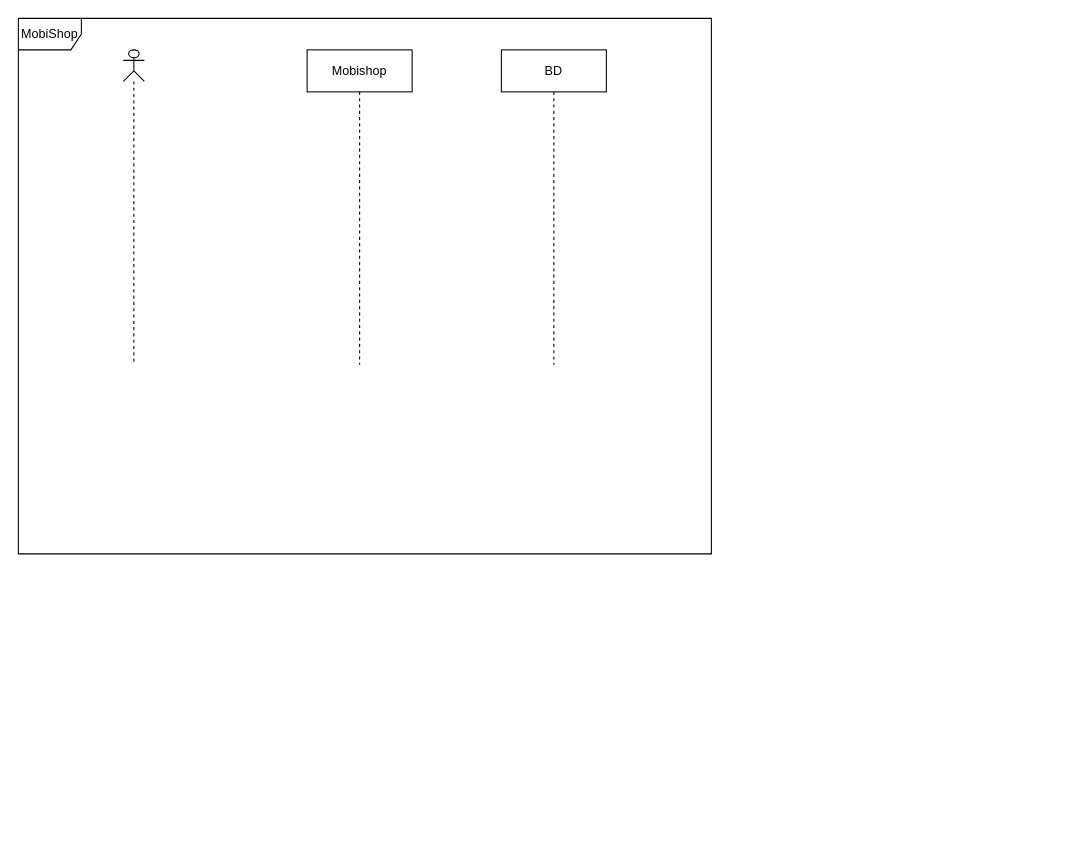
Before: UML/sequence.drawio in yassineghorbal/PFR, a draw.io diagram. Source tidied: cells renumbered, new cells numbered last; positions are measured from the earlier drawing's top-left corner, leaving out a move shared by most shapes. Both pictures are drawn from the tidied source at 105%, with x=0, y=0 at pixel (18, 18).
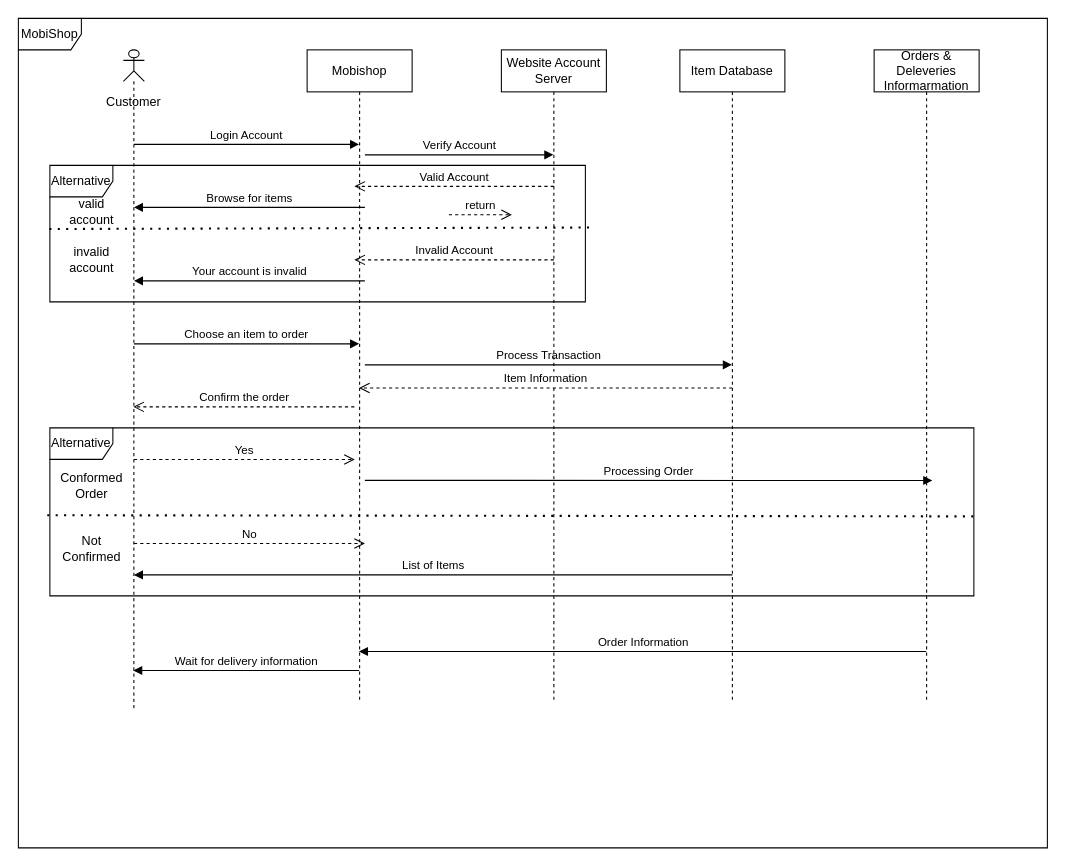
The same page after the edit.

Commit message:
added sequence diagram

Diff of the diagram source:
```diff
@@
     <mxCell id="2" value="MobiShop" style="shape=umlFrame;whiteSpace=wrap;html=1;" parent="1" vertex="1">
-      <mxGeometry width="660" height="510" as="geometry" />
+      <mxGeometry width="980" height="790" as="geometry" />
     </mxCell>
-    <mxCell id="3" style="shape=umlLifeline;participant=umlActor;perimeter=lifelinePerimeter;whiteSpace=wrap;html=1;verticalAlign=top;spacingTop=36;outlineConnect=0;size=30;" parent="1" vertex="1">
-      <mxGeometry x="100" y="30" width="20" height="300" as="geometry" />
+    <mxCell id="3" value="Customer" style="shape=umlLifeline;participant=umlActor;perimeter=lifelinePerimeter;whiteSpace=wrap;html=1;verticalAlign=top;spacingTop=36;outlineConnect=0;size=30;" parent="1" vertex="1">
+      <mxGeometry x="100" y="30" width="20" height="630" as="geometry" />
     </mxCell>
+    <mxCell id="6" value="Login Account" style="html=1;verticalAlign=bottom;endArrow=block;" parent="3" edge="1" target="4">
+      <mxGeometry relative="1" as="geometry">
+        <mxPoint x="10" y="90" as="sourcePoint" />
+      </mxGeometry>
+    </mxCell>
+    <mxCell id="7" value="Choose an item to order" style="html=1;verticalAlign=bottom;endArrow=block;" parent="3" edge="1" target="4">
+      <mxGeometry relative="1" as="geometry">
+        <mxPoint x="10" y="280" as="sourcePoint" />
+      </mxGeometry>
+    </mxCell>
     <mxCell id="4" value="Mobishop" style="shape=umlLifeline;perimeter=lifelinePerimeter;whiteSpace=wrap;html=1;outlineConnect=0;" parent="1" vertex="1">
-      <mxGeometry x="275" y="30" width="100" height="300" as="geometry" />
+      <mxGeometry x="275" y="30" width="100" height="620" as="geometry" />
     </mxCell>
+    <mxCell id="8" value="Verify Account" style="html=1;verticalAlign=bottom;endArrow=block;" parent="4" edge="1" target="5">
+      <mxGeometry relative="1" as="geometry">
+        <mxPoint x="55" y="100" as="sourcePoint" />
+      </mxGeometry>
+    </mxCell>
+    <mxCell id="9" value="Process Transaction" style="html=1;verticalAlign=bottom;endArrow=block;" parent="4" edge="1" target="10">
+      <mxGeometry relative="1" as="geometry">
+        <mxPoint x="55" y="300" as="sourcePoint" />
+      </mxGeometry>
+    </mxCell>
-    <mxCell id="5" value="BD" style="shape=umlLifeline;perimeter=lifelinePerimeter;whiteSpace=wrap;html=1;outlineConnect=0;" parent="1" vertex="1">
-      <mxGeometry x="460" y="30" width="100" height="300" as="geometry" />
+    <mxCell id="5" value="Website Account Server" style="shape=umlLifeline;perimeter=lifelinePerimeter;whiteSpace=wrap;html=1;outlineConnect=0;" parent="1" vertex="1">
+      <mxGeometry x="460" y="30" width="100" height="620" as="geometry" />
     </mxCell>
+    <mxCell id="10" value="Item Database" style="shape=umlLifeline;perimeter=lifelinePerimeter;whiteSpace=wrap;html=1;outlineConnect=0;" parent="1" vertex="1">
+      <mxGeometry x="630" y="30" width="100" height="620" as="geometry" />
+    </mxCell>
+    <mxCell id="11" value="&lt;span&gt;Orders &amp;amp; Deleveries&lt;/span&gt;&lt;br&gt;&lt;span&gt;Informarmation&lt;/span&gt;" style="shape=umlLifeline;perimeter=lifelinePerimeter;whiteSpace=wrap;html=1;" parent="1" vertex="1">
+      <mxGeometry x="815" y="30" width="100" height="620" as="geometry" />
+    </mxCell>
+    <mxCell id="12" value="Alternative" style="shape=umlFrame;whiteSpace=wrap;html=1;" parent="1" vertex="1">
+      <mxGeometry x="30" y="140" width="510" height="130" as="geometry" />
+    </mxCell>
+    <mxCell id="13" value="Valid Account" style="html=1;verticalAlign=bottom;endArrow=open;dashed=1;endSize=8;" parent="1" edge="1">
+      <mxGeometry relative="1" as="geometry">
+        <mxPoint x="510" y="160" as="sourcePoint" />
+        <mxPoint x="320" y="160" as="targetPoint" />
+      </mxGeometry>
+    </mxCell>
+    <mxCell id="14" value="Browse for items" style="html=1;verticalAlign=bottom;endArrow=block;" parent="1" edge="1">
+      <mxGeometry relative="1" as="geometry">
+        <mxPoint x="330" y="180" as="sourcePoint" />
+        <mxPoint x="110" y="180" as="targetPoint" />
+      </mxGeometry>
+    </mxCell>
+    <mxCell id="15" style="endArrow=none;dashed=1;html=1;dashPattern=1 3;strokeWidth=2;entryX=1.012;entryY=0.266;entryDx=0;entryDy=0;entryPerimeter=0;exitX=-0.001;exitY=0.273;exitDx=0;exitDy=0;exitPerimeter=0;" parent="1" edge="1">
+      <mxGeometry relative="1" as="geometry">
+        <mxPoint x="29.5" y="200.6" as="sourcePoint" />
+        <mxPoint x="546.1" y="199.2" as="targetPoint" />
+      </mxGeometry>
+    </mxCell>
+    <mxCell id="16" value="valid account" style="text;html=1;strokeColor=none;fillColor=none;align=center;verticalAlign=middle;whiteSpace=wrap;rounded=0;" parent="1" vertex="1">
+      <mxGeometry x="40" y="169" width="60" height="30" as="geometry" />
+    </mxCell>
+    <mxCell id="17" value="invalid account" style="text;html=1;strokeColor=none;fillColor=none;align=center;verticalAlign=middle;whiteSpace=wrap;rounded=0;" parent="1" vertex="1">
+      <mxGeometry x="40" y="215" width="60" height="30" as="geometry" />
+    </mxCell>
+    <mxCell id="18" value="Invalid Account" style="html=1;verticalAlign=bottom;endArrow=open;dashed=1;endSize=8;" parent="1" edge="1">
+      <mxGeometry relative="1" as="geometry">
+        <mxPoint x="510" y="230" as="sourcePoint" />
+        <mxPoint x="320" y="230" as="targetPoint" />
+      </mxGeometry>
+    </mxCell>
+    <mxCell id="19" value="return" style="html=1;verticalAlign=bottom;endArrow=open;dashed=1;endSize=8;exitX=1;exitY=0.95;" parent="1" edge="1">
+      <mxGeometry relative="1" as="geometry">
+        <mxPoint x="410" y="187" as="sourcePoint" />
+        <mxPoint x="470" y="187" as="targetPoint" />
+      </mxGeometry>
+    </mxCell>
+    <mxCell id="20" value="Your account is invalid" style="html=1;verticalAlign=bottom;endArrow=block;entryX=0.157;entryY=0.846;entryDx=0;entryDy=0;entryPerimeter=0;" parent="1" edge="1" target="12">
+      <mxGeometry relative="1" as="geometry">
+        <mxPoint x="330" y="250" as="sourcePoint" />
+      </mxGeometry>
+    </mxCell>
+    <mxCell id="21" value="Item Information" style="html=1;verticalAlign=bottom;endArrow=open;dashed=1;endSize=8;" parent="1" edge="1">
+      <mxGeometry relative="1" as="geometry">
+        <mxPoint x="680" y="352" as="sourcePoint" />
+        <mxPoint x="324.4" y="352" as="targetPoint" />
+      </mxGeometry>
+    </mxCell>
+    <mxCell id="22" value="Confirm the order" style="html=1;verticalAlign=bottom;endArrow=open;dashed=1;endSize=8;" parent="1" edge="1" target="3">
+      <mxGeometry relative="1" as="geometry">
+        <mxPoint x="320" y="370" as="sourcePoint" />
+      </mxGeometry>
+    </mxCell>
+    <mxCell id="23" value="Alternative" style="shape=umlFrame;whiteSpace=wrap;html=1;" parent="1" vertex="1">
+      <mxGeometry x="30" y="390" width="880" height="160" as="geometry" />
+    </mxCell>
+    <mxCell id="24" value="Conformed Order" style="text;html=1;strokeColor=none;fillColor=none;align=center;verticalAlign=middle;whiteSpace=wrap;rounded=0;" parent="1" vertex="1">
+      <mxGeometry x="40" y="430" width="60" height="30" as="geometry" />
+    </mxCell>
+    <mxCell id="25" style="endArrow=none;dashed=1;html=1;dashPattern=1 3;strokeWidth=2;entryX=1;entryY=0.633;entryDx=0;entryDy=0;entryPerimeter=0;exitX=-0.004;exitY=0.626;exitDx=0;exitDy=0;exitPerimeter=0;" parent="1" edge="1">
+      <mxGeometry relative="1" as="geometry">
+        <mxPoint x="27.5" y="473.2" as="sourcePoint" />
+        <mxPoint x="911" y="474.3" as="targetPoint" />
+      </mxGeometry>
+    </mxCell>
+    <mxCell id="26" value="Yes" style="html=1;verticalAlign=bottom;endArrow=open;dashed=1;endSize=8;exitX=0.091;exitY=0.188;exitDx=0;exitDy=0;exitPerimeter=0;entryX=0.33;entryY=0.188;entryDx=0;entryDy=0;entryPerimeter=0;" parent="1" edge="1" source="23" target="23">
+      <mxGeometry relative="1" as="geometry" />
+    </mxCell>
+    <mxCell id="27" value="Processing Order" style="html=1;verticalAlign=bottom;endArrow=block;entryX=0.955;entryY=0.313;entryDx=0;entryDy=0;entryPerimeter=0;" parent="1" edge="1" target="23">
+      <mxGeometry relative="1" as="geometry">
+        <mxPoint x="330" y="440" as="sourcePoint" />
+      </mxGeometry>
+    </mxCell>
+    <mxCell id="28" value="Not Confirmed" style="text;html=1;strokeColor=none;fillColor=none;align=center;verticalAlign=middle;whiteSpace=wrap;rounded=0;" parent="1" vertex="1">
+      <mxGeometry x="40" y="490" width="60" height="30" as="geometry" />
+    </mxCell>
+    <mxCell id="29" value="No" style="html=1;verticalAlign=bottom;endArrow=open;dashed=1;endSize=8;exitX=0.091;exitY=0.688;exitDx=0;exitDy=0;exitPerimeter=0;entryX=0.341;entryY=0.688;entryDx=0;entryDy=0;entryPerimeter=0;" parent="1" edge="1" source="23" target="23">
+      <mxGeometry relative="1" as="geometry" />
+    </mxCell>
+    <mxCell id="30" value="List of Items" style="html=1;verticalAlign=bottom;endArrow=block;entryX=0.091;entryY=0.875;entryDx=0;entryDy=0;entryPerimeter=0;" parent="1" edge="1" target="23">
+      <mxGeometry relative="1" as="geometry">
+        <mxPoint x="680" y="530" as="sourcePoint" />
+      </mxGeometry>
+    </mxCell>
+    <mxCell id="31" value="Order Information" style="html=1;verticalAlign=bottom;endArrow=block;" parent="1" edge="1">
+      <mxGeometry relative="1" as="geometry">
+        <mxPoint x="864.5" y="603" as="sourcePoint" />
+        <mxPoint x="324.4" y="603" as="targetPoint" />
+      </mxGeometry>
+    </mxCell>
+    <mxCell id="32" value="Wait for delivery information" style="html=1;verticalAlign=bottom;endArrow=block;" parent="1" edge="1">
+      <mxGeometry relative="1" as="geometry">
+        <mxPoint x="324.5" y="621" as="sourcePoint" />
+        <mxPoint x="109.4" y="621" as="targetPoint" />
+      </mxGeometry>
+    </mxCell>
```
